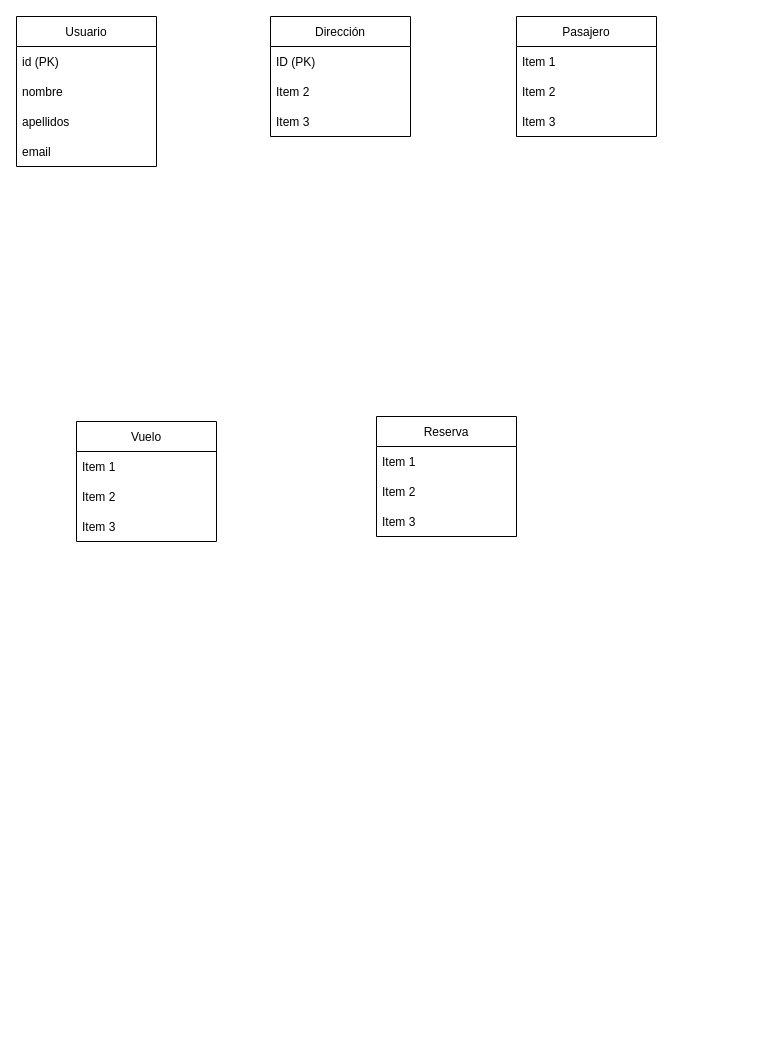
Earlier version of the draw.io diagram Documentacion/Bolboreta_Dia.drawio (jrmougan/Bolboreta-Fly). Source tidied: cells renumbered, new cells numbered last; positions are measured from the earlier drawing's top-left corner, leaving out a move shared by most shapes. Both pictures are drawn from the tidied source at 100%, with x=0, y=0 at pixel (16, 16).
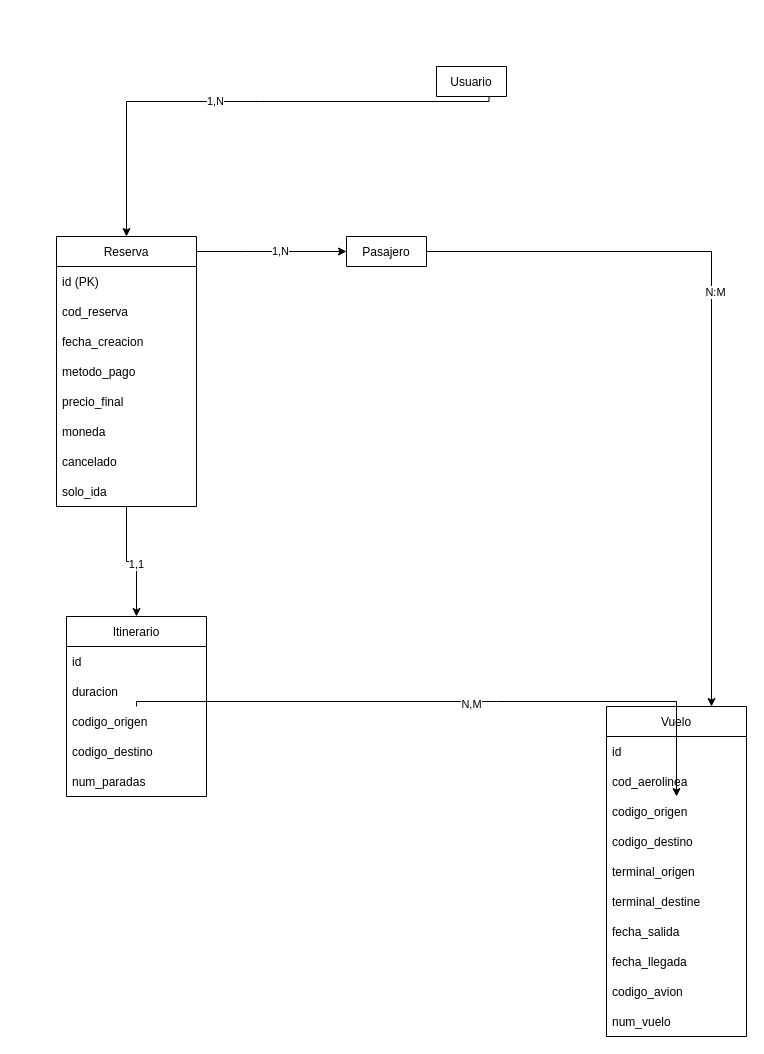
The same diagram, later.

Change to the diagram source:
```diff
@@
+    <mxCell id="23" style="edgeStyle=orthogonalEdgeStyle;rounded=0;jettySize=auto;html=1;exitX=0.75;exitY=1;exitDx=0;exitDy=0;entryX=0.5;entryY=0;entryDx=0;entryDy=0;" parent="1" edge="1" source="2" target="11">
+      <mxGeometry relative="1" as="geometry">
+        <Array as="points">
+          <mxPoint x="243" y="85" />
+          <mxPoint x="80" y="85" />
+        </Array>
+      </mxGeometry>
+    </mxCell>
+    <mxCell id="24" value="1,N" style="edgeLabel;html=1;align=center;verticalAlign=middle;" parent="23" vertex="1">
+      <mxGeometry x="0.11" y="-1" relative="1" as="geometry" />
+    </mxCell>
-    <mxCell id="2" value="Usuario" style="swimlane;fontStyle=0;horizontal=1;startSize=30;" parent="1" vertex="1">
-      <mxGeometry width="140" height="150" as="geometry" />
+    <mxCell id="2" value="Usuario" style="swimlane;fontStyle=0;horizontal=1;startSize=30;" parent="1" vertex="1" collapsed="1">
+      <mxGeometry x="420" y="50" width="70" height="30" as="geometry" />
     </mxCell>
-    <mxCell id="3" value="id (PK)" style="text;strokeColor=none;fillColor=none;align=left;verticalAlign=middle;spacingLeft=4;spacingRight=4;overflow=hidden;" parent="2" vertex="1">
-      <mxGeometry y="30" width="140" height="30" as="geometry" />
-    </mxCell>
-    <mxCell id="4" value="nombre" style="text;strokeColor=none;fillColor=none;align=left;verticalAlign=middle;spacingLeft=4;spacingRight=4;overflow=hidden;" parent="2" vertex="1">
-      <mxGeometry y="60" width="140" height="30" as="geometry" />
-    </mxCell>
-    <mxCell id="5" value="apellidos" style="text;strokeColor=none;fillColor=none;align=left;verticalAlign=middle;spacingLeft=4;spacingRight=4;overflow=hidden;" parent="2" vertex="1">
-      <mxGeometry y="90" width="140" height="30" as="geometry" />
-    </mxCell>
-    <mxCell id="6" value="email" style="text;strokeColor=none;fillColor=none;align=left;verticalAlign=middle;spacingLeft=4;spacingRight=4;overflow=hidden;" parent="2" vertex="1">
-      <mxGeometry y="120" width="140" height="30" as="geometry" />
-    </mxCell>
+    <mxCell id="25" style="edgeStyle=orthogonalEdgeStyle;rounded=0;jettySize=auto;html=1;entryX=0.75;entryY=0;entryDx=0;entryDy=0;" parent="1" edge="1" source="7" target="15">
+      <mxGeometry relative="1" as="geometry" />
+    </mxCell>
+    <mxCell id="26" value="N:M" style="edgeLabel;html=1;align=center;verticalAlign=middle;" parent="25" vertex="1">
+      <mxGeometry x="-0.12" y="3" relative="1" as="geometry">
+        <mxPoint y="-1" as="offset" />
+      </mxGeometry>
+    </mxCell>
-    <mxCell id="7" value="Pasajero" style="swimlane;fontStyle=0;horizontal=1;startSize=30;" parent="1" vertex="1">
-      <mxGeometry x="500" width="140" height="120" as="geometry" />
+    <mxCell id="7" value="Pasajero" style="swimlane;fontStyle=0;horizontal=1;startSize=30;" parent="1" vertex="1" collapsed="1">
+      <mxGeometry x="330" y="220" width="80" height="30" as="geometry" />
     </mxCell>
-    <mxCell id="8" value="Item 1" style="text;strokeColor=none;fillColor=none;align=left;verticalAlign=middle;spacingLeft=4;spacingRight=4;overflow=hidden;" parent="7" vertex="1">
-      <mxGeometry y="30" width="140" height="30" as="geometry" />
-    </mxCell>
-    <mxCell id="9" value="Item 2" style="text;strokeColor=none;fillColor=none;align=left;verticalAlign=middle;spacingLeft=4;spacingRight=4;overflow=hidden;" parent="7" vertex="1">
-      <mxGeometry y="60" width="140" height="30" as="geometry" />
-    </mxCell>
-    <mxCell id="10" value="Item 3" style="text;strokeColor=none;fillColor=none;align=left;verticalAlign=middle;spacingLeft=4;spacingRight=4;overflow=hidden;" parent="7" vertex="1">
-      <mxGeometry y="90" width="140" height="30" as="geometry" />
-    </mxCell>
+    <mxCell id="27" style="edgeStyle=orthogonalEdgeStyle;rounded=0;jettySize=auto;html=1;" parent="1" edge="1" source="11" target="43">
+      <mxGeometry relative="1" as="geometry" />
+    </mxCell>
+    <mxCell id="28" value="1,1" style="edgeLabel;html=1;align=center;verticalAlign=middle;" parent="27" vertex="1">
+      <mxGeometry x="0.07" y="-2" relative="1" as="geometry" />
+    </mxCell>
+    <mxCell id="29" style="edgeStyle=orthogonalEdgeStyle;rounded=0;jettySize=auto;html=1;" parent="1" edge="1" source="11" target="7">
+      <mxGeometry relative="1" as="geometry">
+        <Array as="points">
+          <mxPoint x="230" y="235" />
+          <mxPoint x="230" y="235" />
+        </Array>
+      </mxGeometry>
+    </mxCell>
+    <mxCell id="30" value="1,N" style="edgeLabel;html=1;align=center;verticalAlign=middle;" parent="29" vertex="1">
+      <mxGeometry x="0.11" y="1" relative="1" as="geometry" />
+    </mxCell>
     <mxCell id="11" value="Reserva" style="swimlane;fontStyle=0;horizontal=1;startSize=30;" parent="1" vertex="1">
-      <mxGeometry x="360" y="400" width="140" height="120" as="geometry" />
+      <mxGeometry x="40" y="220" width="140" height="270" as="geometry" />
     </mxCell>
-    <mxCell id="12" value="Item 1" style="text;strokeColor=none;fillColor=none;align=left;verticalAlign=middle;spacingLeft=4;spacingRight=4;overflow=hidden;" parent="11" vertex="1">
+    <mxCell id="12" value="id (PK)" style="text;strokeColor=none;fillColor=none;align=left;verticalAlign=middle;spacingLeft=4;spacingRight=4;overflow=hidden;" parent="11" vertex="1">
       <mxGeometry y="30" width="140" height="30" as="geometry" />
     </mxCell>
-    <mxCell id="13" value="Item 2" style="text;strokeColor=none;fillColor=none;align=left;verticalAlign=middle;spacingLeft=4;spacingRight=4;overflow=hidden;" parent="11" vertex="1">
+    <mxCell id="13" value="cod_reserva" style="text;strokeColor=none;fillColor=none;align=left;verticalAlign=middle;spacingLeft=4;spacingRight=4;overflow=hidden;" parent="11" vertex="1">
       <mxGeometry y="60" width="140" height="30" as="geometry" />
     </mxCell>
-    <mxCell id="14" value="Item 3" style="text;strokeColor=none;fillColor=none;align=left;verticalAlign=middle;spacingLeft=4;spacingRight=4;overflow=hidden;" parent="11" vertex="1">
+    <mxCell id="14" value="fecha_creacion" style="text;strokeColor=none;fillColor=none;align=left;verticalAlign=middle;spacingLeft=4;spacingRight=4;overflow=hidden;" parent="11" vertex="1">
       <mxGeometry y="90" width="140" height="30" as="geometry" />
     </mxCell>
+    <mxCell id="31" value="metodo_pago" style="text;strokeColor=none;fillColor=none;align=left;verticalAlign=middle;spacingLeft=4;spacingRight=4;overflow=hidden;" parent="11" vertex="1">
+      <mxGeometry y="120" width="140" height="30" as="geometry" />
+    </mxCell>
+    <mxCell id="32" value="precio_final" style="text;strokeColor=none;fillColor=none;align=left;verticalAlign=middle;spacingLeft=4;spacingRight=4;overflow=hidden;" parent="11" vertex="1">
+      <mxGeometry y="150" width="140" height="30" as="geometry" />
+    </mxCell>
+    <mxCell id="33" value="moneda" style="text;strokeColor=none;fillColor=none;align=left;verticalAlign=middle;spacingLeft=4;spacingRight=4;overflow=hidden;" parent="11" vertex="1">
+      <mxGeometry y="180" width="140" height="30" as="geometry" />
+    </mxCell>
+    <mxCell id="34" value="cancelado" style="text;strokeColor=none;fillColor=none;align=left;verticalAlign=middle;spacingLeft=4;spacingRight=4;overflow=hidden;" parent="11" vertex="1">
+      <mxGeometry y="210" width="140" height="30" as="geometry" />
+    </mxCell>
+    <mxCell id="35" value="solo_ida" style="text;strokeColor=none;fillColor=none;align=left;verticalAlign=middle;spacingLeft=4;spacingRight=4;overflow=hidden;" parent="11" vertex="1">
+      <mxGeometry y="240" width="140" height="30" as="geometry" />
+    </mxCell>
     <mxCell id="15" value="Vuelo" style="swimlane;fontStyle=0;horizontal=1;startSize=30;" parent="1" vertex="1">
-      <mxGeometry x="60" y="405" width="140" height="120" as="geometry" />
+      <mxGeometry x="590" y="690" width="140" height="330" as="geometry" />
     </mxCell>
-    <mxCell id="16" value="Item 1" style="text;strokeColor=none;fillColor=none;align=left;verticalAlign=middle;spacingLeft=4;spacingRight=4;overflow=hidden;" parent="15" vertex="1">
+    <mxCell id="16" value="id" style="text;strokeColor=none;fillColor=none;align=left;verticalAlign=middle;spacingLeft=4;spacingRight=4;overflow=hidden;" parent="15" vertex="1">
       <mxGeometry y="30" width="140" height="30" as="geometry" />
     </mxCell>
-    <mxCell id="17" value="Item 2" style="text;strokeColor=none;fillColor=none;align=left;verticalAlign=middle;spacingLeft=4;spacingRight=4;overflow=hidden;" parent="15" vertex="1">
+    <mxCell id="17" value="cod_aerolinea" style="text;strokeColor=none;fillColor=none;align=left;verticalAlign=middle;spacingLeft=4;spacingRight=4;overflow=hidden;" parent="15" vertex="1">
       <mxGeometry y="60" width="140" height="30" as="geometry" />
     </mxCell>
-    <mxCell id="18" value="Item 3" style="text;strokeColor=none;fillColor=none;align=left;verticalAlign=middle;spacingLeft=4;spacingRight=4;overflow=hidden;points=[[0,0.5],[1,0.5]];portConstraint=eastwest;" parent="15" vertex="1">
+    <mxCell id="18" value="codigo_origen" style="text;strokeColor=none;fillColor=none;align=left;verticalAlign=middle;spacingLeft=4;spacingRight=4;overflow=hidden;points=[[0,0.5],[1,0.5]];portConstraint=eastwest;" parent="15" vertex="1">
       <mxGeometry y="90" width="140" height="30" as="geometry" />
     </mxCell>
-    <mxCell id="19" value="Dirección" style="swimlane;fontStyle=0;horizontal=1;startSize=30;" parent="1" vertex="1">
-      <mxGeometry x="254" width="140" height="120" as="geometry" />
-    </mxCell>
-    <mxCell id="20" value="ID (PK)" style="text;strokeColor=none;fillColor=none;align=left;verticalAlign=middle;spacingLeft=4;spacingRight=4;overflow=hidden;" parent="19" vertex="1">
-      <mxGeometry y="30" width="140" height="30" as="geometry" />
-    </mxCell>
-    <mxCell id="21" value="Item 2" style="text;strokeColor=none;fillColor=none;align=left;verticalAlign=middle;spacingLeft=4;spacingRight=4;overflow=hidden;" parent="19" vertex="1">
-      <mxGeometry y="60" width="140" height="30" as="geometry" />
-    </mxCell>
-    <mxCell id="22" value="Item 3" style="text;strokeColor=none;fillColor=none;align=left;verticalAlign=middle;spacingLeft=4;spacingRight=4;overflow=hidden;" parent="19" vertex="1">
-      <mxGeometry y="90" width="140" height="30" as="geometry" />
-    </mxCell>
+    <mxCell id="36" value="codigo_destino" style="text;strokeColor=none;fillColor=none;align=left;verticalAlign=middle;spacingLeft=4;spacingRight=4;overflow=hidden;" parent="15" vertex="1">
+      <mxGeometry y="120" width="140" height="30" as="geometry" />
+    </mxCell>
+    <mxCell id="37" value="terminal_origen" style="text;strokeColor=none;fillColor=none;align=left;verticalAlign=middle;spacingLeft=4;spacingRight=4;overflow=hidden;" parent="15" vertex="1">
+      <mxGeometry y="150" width="140" height="30" as="geometry" />
+    </mxCell>
+    <mxCell id="38" value="terminal_destine" style="text;strokeColor=none;fillColor=none;align=left;verticalAlign=middle;spacingLeft=4;spacingRight=4;overflow=hidden;" parent="15" vertex="1">
+      <mxGeometry y="180" width="140" height="30" as="geometry" />
+    </mxCell>
+    <mxCell id="39" value="fecha_salida" style="text;strokeColor=none;fillColor=none;align=left;verticalAlign=middle;spacingLeft=4;spacingRight=4;overflow=hidden;" parent="15" vertex="1">
+      <mxGeometry y="210" width="140" height="30" as="geometry" />
+    </mxCell>
+    <mxCell id="40" value="fecha_llegada" style="text;strokeColor=none;fillColor=none;align=left;verticalAlign=middle;spacingLeft=4;spacingRight=4;overflow=hidden;" parent="15" vertex="1">
+      <mxGeometry y="240" width="140" height="30" as="geometry" />
+    </mxCell>
+    <mxCell id="41" value="codigo_avion" style="text;strokeColor=none;fillColor=none;align=left;verticalAlign=middle;spacingLeft=4;spacingRight=4;overflow=hidden;" parent="15" vertex="1">
+      <mxGeometry y="270" width="140" height="30" as="geometry" />
+    </mxCell>
+    <mxCell id="42" value="num_vuelo" style="text;strokeColor=none;fillColor=none;align=left;verticalAlign=middle;spacingLeft=4;spacingRight=4;overflow=hidden;" parent="15" vertex="1">
+      <mxGeometry y="300" width="140" height="30" as="geometry" />
+    </mxCell>
+    <mxCell id="43" value="Itinerario" style="swimlane;fontStyle=0;horizontal=1;startSize=30;" parent="1" vertex="1">
+      <mxGeometry x="50" y="600" width="140" height="180" as="geometry" />
+    </mxCell>
+    <mxCell id="44" value="id" style="text;strokeColor=none;fillColor=none;align=left;verticalAlign=middle;spacingLeft=4;spacingRight=4;overflow=hidden;" parent="43" vertex="1">
+      <mxGeometry y="30" width="140" height="30" as="geometry" />
+    </mxCell>
+    <mxCell id="45" value="duracion" style="text;strokeColor=none;fillColor=none;align=left;verticalAlign=middle;spacingLeft=4;spacingRight=4;overflow=hidden;" parent="43" vertex="1">
+      <mxGeometry y="60" width="140" height="30" as="geometry" />
+    </mxCell>
+    <mxCell id="46" value="codigo_origen" style="text;strokeColor=none;fillColor=none;align=left;verticalAlign=middle;spacingLeft=4;spacingRight=4;overflow=hidden;points=[[0,0.5],[1,0.5]];portConstraint=eastwest;" parent="43" vertex="1">
+      <mxGeometry y="90" width="140" height="30" as="geometry" />
+    </mxCell>
+    <mxCell id="47" value="codigo_destino" style="text;strokeColor=none;fillColor=none;align=left;verticalAlign=middle;spacingLeft=4;spacingRight=4;overflow=hidden;" parent="43" vertex="1">
+      <mxGeometry y="120" width="140" height="30" as="geometry" />
+    </mxCell>
+    <mxCell id="48" value="num_paradas" style="text;strokeColor=none;fillColor=none;align=left;verticalAlign=middle;spacingLeft=4;spacingRight=4;overflow=hidden;" parent="43" vertex="1">
+      <mxGeometry y="150" width="140" height="30" as="geometry" />
+    </mxCell>
+    <mxCell id="49" style="edgeStyle=orthogonalEdgeStyle;rounded=0;jettySize=auto;html=1;" parent="1" edge="1" source="46" target="18">
+      <mxGeometry relative="1" as="geometry">
+        <Array as="points">
+          <mxPoint x="480" y="685" />
+          <mxPoint x="480" y="685" />
+        </Array>
+      </mxGeometry>
+    </mxCell>
+    <mxCell id="50" value="N,M" style="edgeLabel;html=1;align=center;verticalAlign=middle;" parent="49" vertex="1">
+      <mxGeometry x="0.06" y="-2" relative="1" as="geometry" />
+    </mxCell>
```
